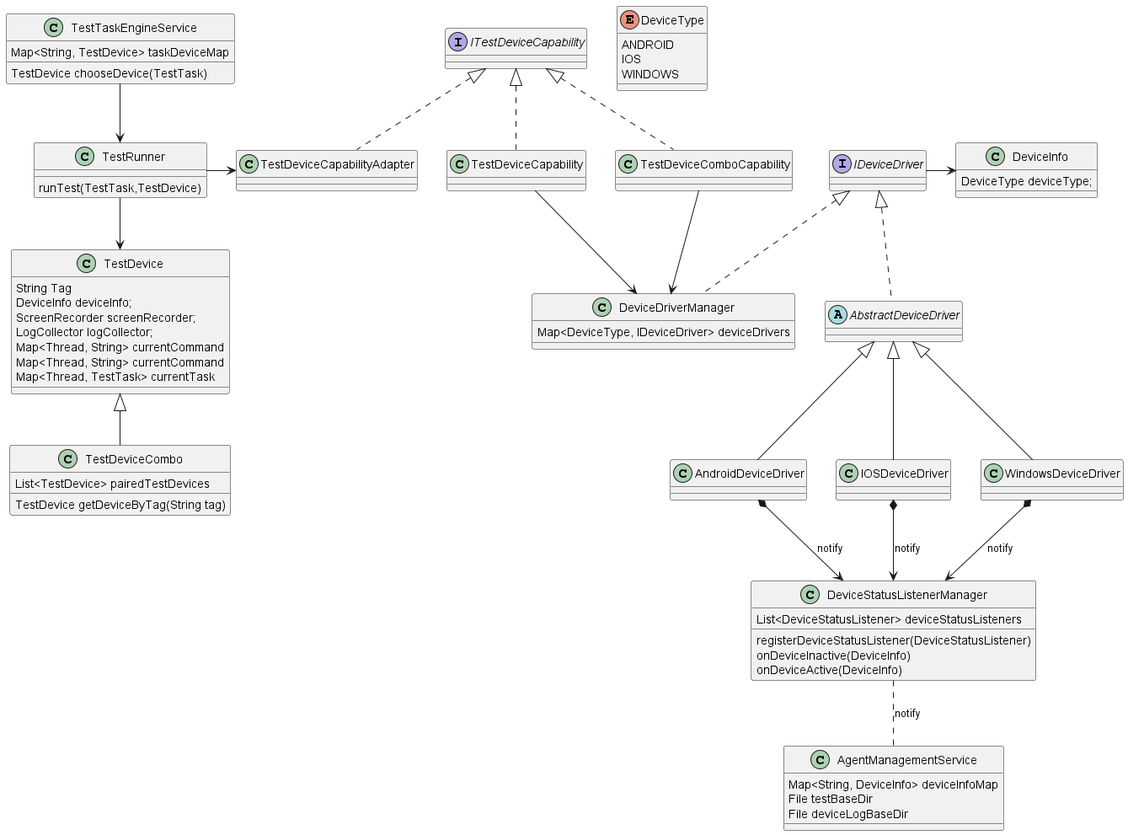
microsoft/HydraLab keeps this PlantUML diagram as docs/images/UML/agent_device_management_design.png. Above is the earlier version.
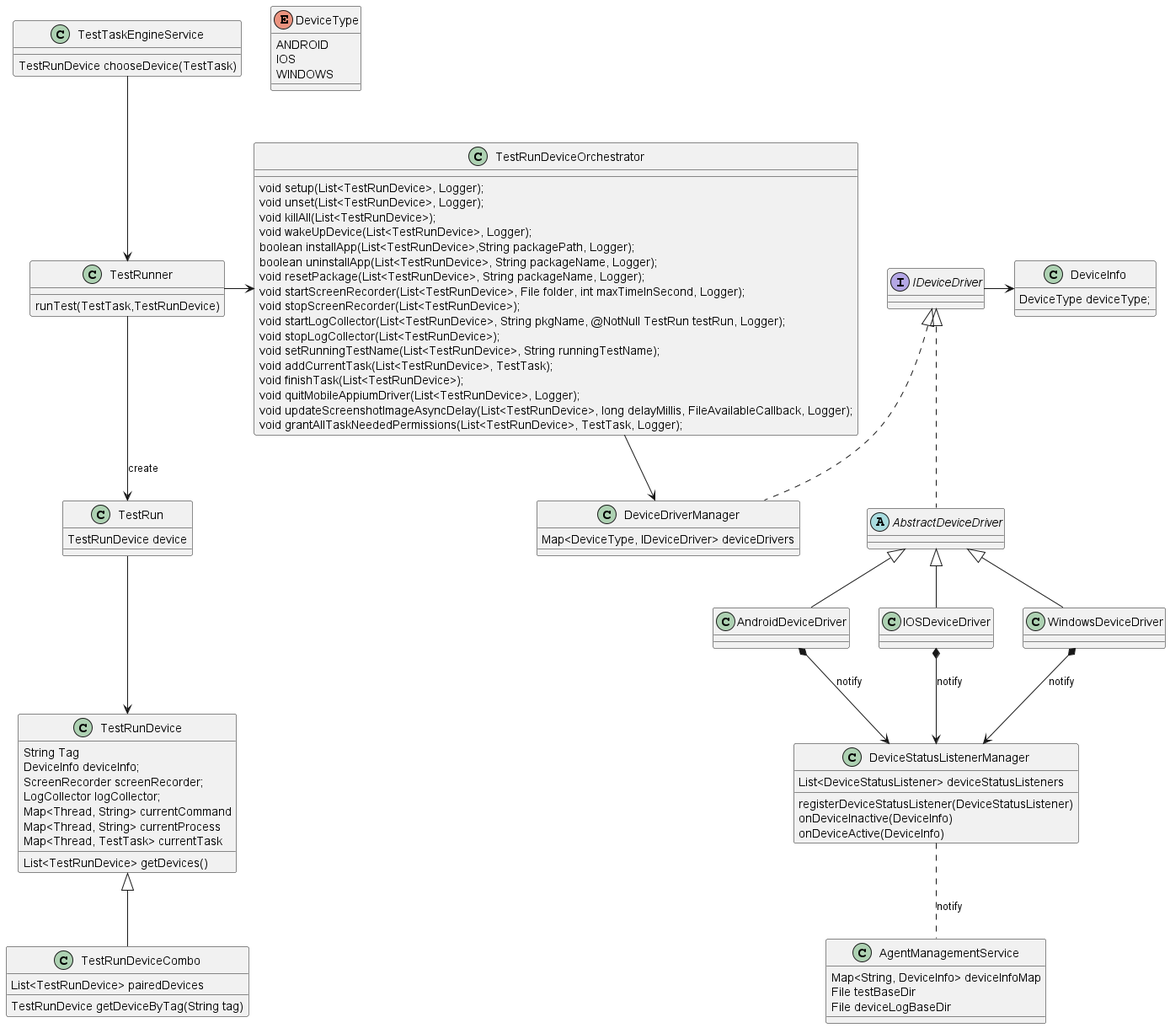
Later version of the same file.

Diff of the diagram source:
```diff
@@ -21,50 +21,69 @@
     onDeviceActive(DeviceInfo)
 }
 class TestTaskEngineService{
-    TestDevice chooseDevice(TestTask)
-    Map<String, TestDevice> taskDeviceMap
+    TestRunDevice chooseDevice(TestTask)
 }
 
 
 class DeviceInfo
-interface ITestDeviceCapability
-class TestDeviceCapability implements ITestDeviceCapability
-class TestDeviceComboCapability implements ITestDeviceCapability
-class TestDeviceCapabilityAdapter implements ITestDeviceCapability
 
-class TestDevice{
-String Tag
-DeviceInfo deviceInfo;
-ScreenRecorder screenRecorder;
-LogCollector logCollector;
-Map<Thread, String> currentCommand
-Map<Thread, String> currentCommand
-Map<Thread, TestTask> currentTask
+class TestRunDeviceOrchestrator{
+    void setup(List<TestRunDevice>, Logger);
+    void unset(List<TestRunDevice>, Logger);
+    void killAll(List<TestRunDevice>);
+    void wakeUpDevice(List<TestRunDevice>, Logger);
+    boolean installApp(List<TestRunDevice>,String packagePath, Logger);
+    boolean uninstallApp(List<TestRunDevice>, String packageName, Logger);
+    void resetPackage(List<TestRunDevice>, String packageName, Logger);
+    void startScreenRecorder(List<TestRunDevice>, File folder, int maxTimeInSecond, Logger);
+    void stopScreenRecorder(List<TestRunDevice>);
+    void startLogCollector(List<TestRunDevice>, String pkgName, @NotNull TestRun testRun, Logger);
+    void stopLogCollector(List<TestRunDevice>);
+    void setRunningTestName(List<TestRunDevice>, String runningTestName);
+    void addCurrentTask(List<TestRunDevice>, TestTask);
+    void finishTask(List<TestRunDevice>);
+    void quitMobileAppiumDriver(List<TestRunDevice>, Logger);
+    void updateScreenshotImageAsyncDelay(List<TestRunDevice>, long delayMillis, FileAvailableCallback, Logger);
+    void grantAllTaskNeededPermissions(List<TestRunDevice>, TestTask, Logger);
 }
 
-class TestDeviceCombo extends TestDevice{
-List<TestDevice> pairedTestDevices
-TestDevice getDeviceByTag(String tag)
+
+class TestRunDevice{
+    String Tag
+    DeviceInfo deviceInfo;
+    ScreenRecorder screenRecorder;
+    LogCollector logCollector;
+    Map<Thread, String> currentCommand
+    Map<Thread, String> currentProcess
+    Map<Thread, TestTask> currentTask
+    List<TestRunDevice> getDevices()
 }
 
+class TestRunDeviceCombo extends TestRunDevice{
+    List<TestRunDevice> pairedDevices
+    TestRunDevice getDeviceByTag(String tag)
+}
+Class TestRun{
+    TestRunDevice device
+}
 class TestRunner{
-    runTest(TestTask,TestDevice)
+    runTest(TestTask,TestRunDevice)
 }
 
 interface IDeviceDriver
 class DeviceDriverManager implements IDeviceDriver{
-Map<DeviceType, IDeviceDriver> deviceDrivers
+    Map<DeviceType, IDeviceDriver> deviceDrivers
 }
 abstract class AbstractDeviceDriver implements IDeviceDriver
 class AndroidDeviceDriver extends AbstractDeviceDriver
 class IOSDeviceDriver   extends AbstractDeviceDriver
 class WindowsDeviceDriver extends AbstractDeviceDriver
 
+TestRunner --> TestRun : create
+TestRun ---> TestRunDevice
+TestRunner -r--> TestRunDeviceOrchestrator
 
-TestRunner --> TestDevice
-TestRunner -r-> TestDeviceCapabilityAdapter
-TestDeviceCapability --> DeviceDriverManager
-TestDeviceComboCapability --> DeviceDriverManager
+TestRunDeviceOrchestrator --> DeviceDriverManager
 
 TestTaskEngineService --> TestRunner
 
```
